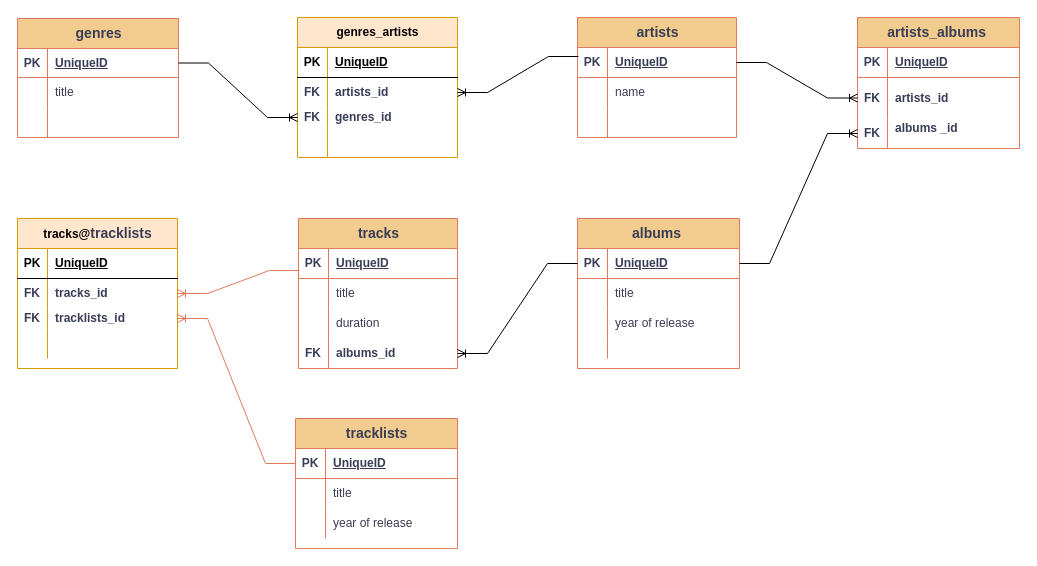
Before: db_1.drawio in anmiroshnichenko/creation_database, a draw.io diagram. Source tidied: cells renumbered, new cells numbered last; positions are measured from the earlier drawing's top-left corner, leaving out a move shared by most shapes. Both pictures are drawn from the tidied source at 100%, with x=0, y=0 at pixel (-353, -112).
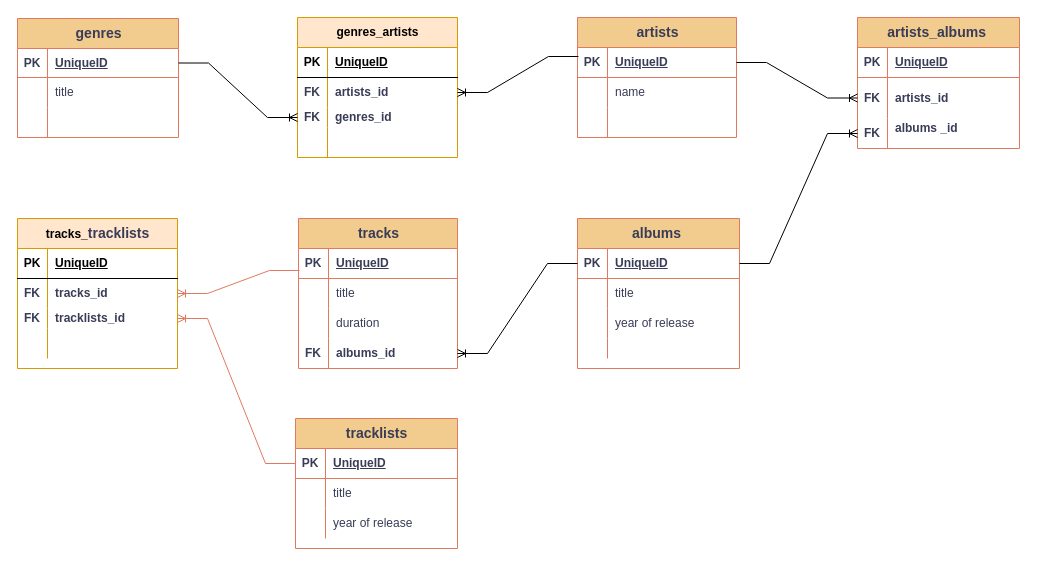
Above is the later version.

Change to the diagram source:
```diff
@@
-    <mxCell id="87" value="tracks@&lt;span style=&quot;color: rgb(57, 60, 86); font-size: 14px;&quot;&gt;tracklists&lt;/span&gt;" style="shape=table;startSize=30;childLayout=tableLayout;rowLines=0;fontStyle=1;align=center;html=1;fillColor=#ffe6cc;strokeColor=#d79b00;" parent="1" vertex="1">
+    <mxCell id="87" value="tracks_&lt;span style=&quot;color: rgb(57, 60, 86); font-size: 14px;&quot;&gt;tracklists&lt;/span&gt;" style="shape=table;startSize=30;childLayout=tableLayout;rowLines=0;fontStyle=1;align=center;html=1;fillColor=#ffe6cc;strokeColor=#d79b00;" parent="1" vertex="1">
       <mxGeometry x="370" y="330" width="160" height="150" as="geometry" />
     </mxCell>
```
